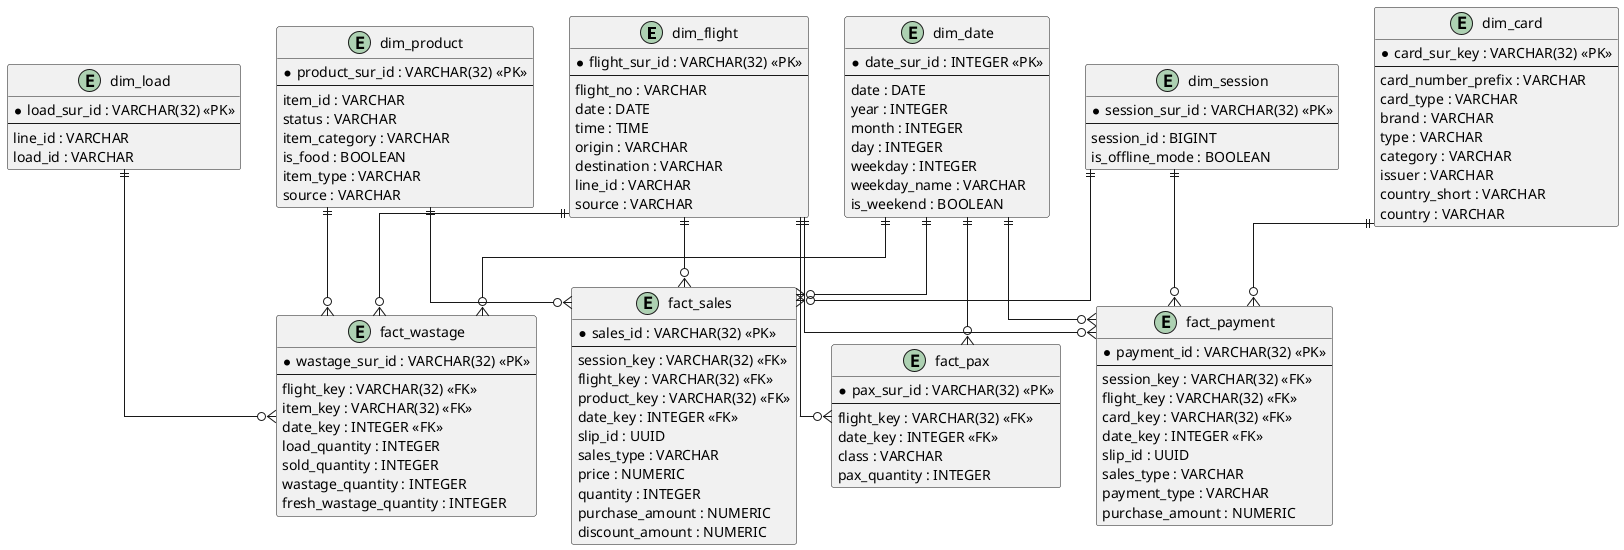
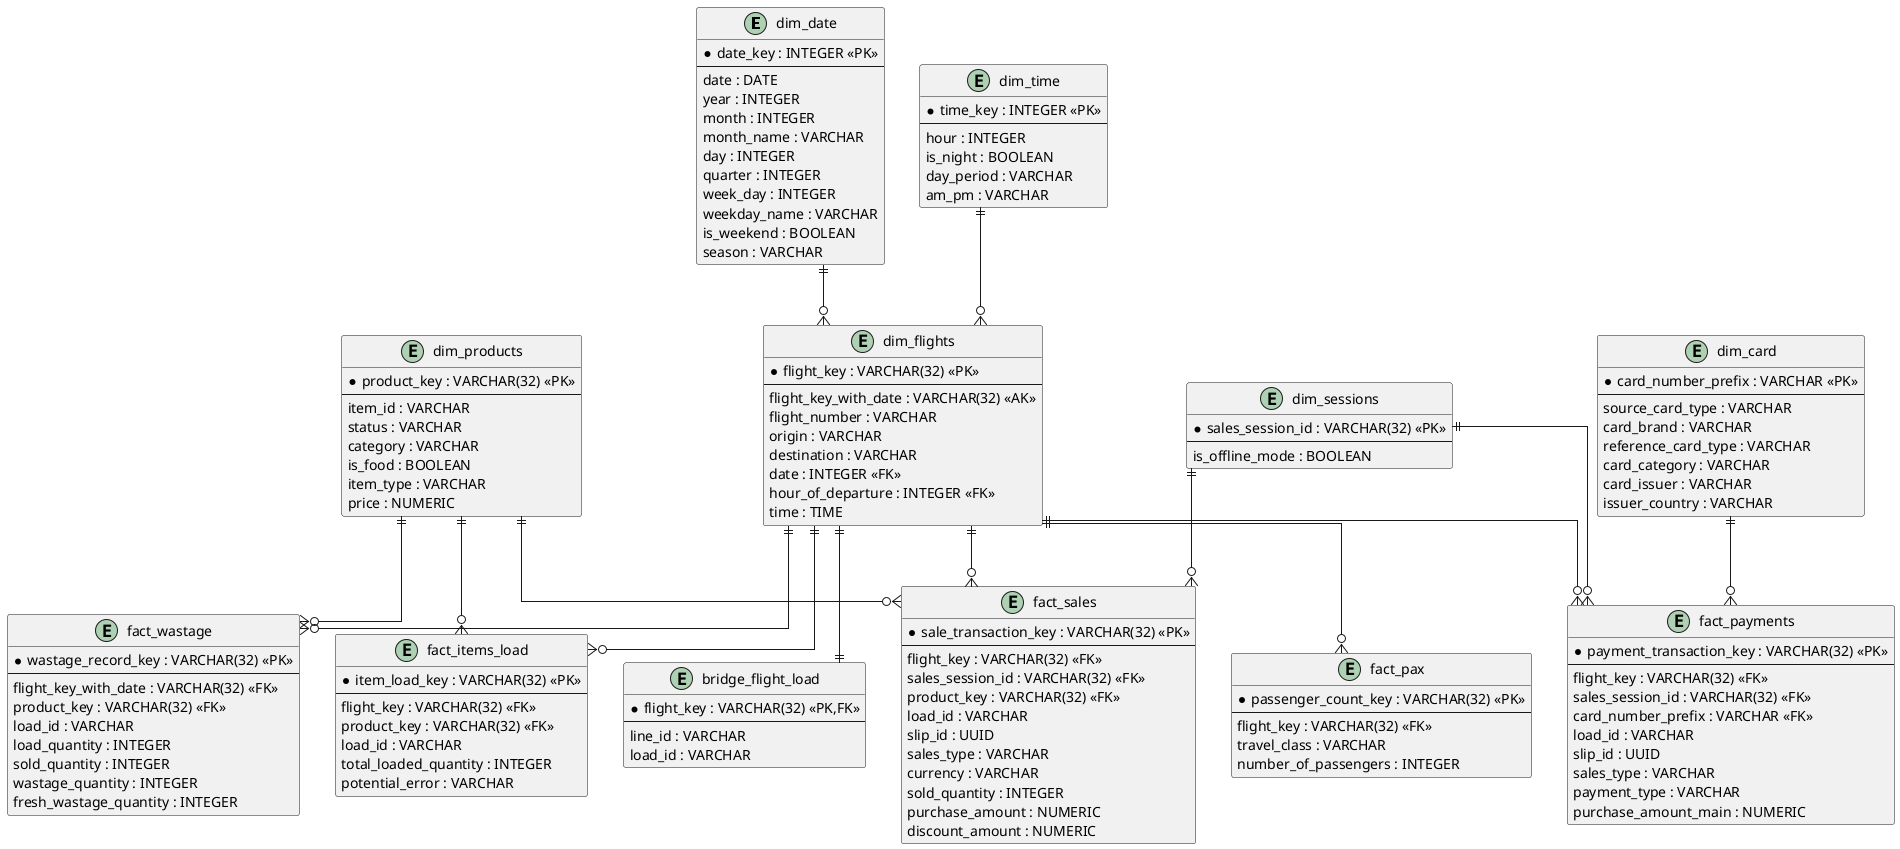
@startuml data_model

skinparam backgroundColor white
skinparam defaultFontName Arial
skinparam shadowing false
skinparam linetype ortho

skinparam entity {
    BackgroundColor #F9F9F9
    BorderColor #333333
}

- entity "dim_flight" {
-     * flight_sur_id : VARCHAR(32) <<PK>>
-     --
-     flight_no : VARCHAR
-     date : DATE
-     time : TIME
-     origin : VARCHAR
-     destination : VARCHAR
-     line_id : VARCHAR
-     source : VARCHAR
- }
- 
- entity "dim_product" {
-     * product_sur_id : VARCHAR(32) <<PK>>
-     --
-     item_id : VARCHAR
-     status : VARCHAR
-     item_category : VARCHAR
-     is_food : BOOLEAN
-     item_type : VARCHAR
-     source : VARCHAR
- }
- 
+ ' Dimensions
entity "dim_date" {
-     * date_sur_id : INTEGER <<PK>>
+     * date_key : INTEGER <<PK>>
    --
    date : DATE
    year : INTEGER
    month : INTEGER
+     month_name : VARCHAR
    day : INTEGER
-     weekday : INTEGER
+     quarter : INTEGER
+     week_day : INTEGER
    weekday_name : VARCHAR
    is_weekend : BOOLEAN
+     season : VARCHAR
}

- entity "dim_session" {
-     * session_sur_id : VARCHAR(32) <<PK>>
+ entity "dim_time" {
+     * time_key : INTEGER <<PK>>
    --
-     session_id : BIGINT
+     hour : INTEGER
+     is_night : BOOLEAN
+     day_period : VARCHAR
+     am_pm : VARCHAR
+ }
+ 
+ entity "dim_flights" {
+     * flight_key : VARCHAR(32) <<PK>>
+     --
+     flight_key_with_date : VARCHAR(32) <<AK>>
+     flight_number : VARCHAR
+     origin : VARCHAR
+     destination : VARCHAR
+     date : INTEGER <<FK>>
+     hour_of_departure : INTEGER <<FK>>
+     time : TIME
+ }
+ 
+ entity "dim_products" {
+     * product_key : VARCHAR(32) <<PK>>
+     --
+     item_id : VARCHAR
+     status : VARCHAR
+     category : VARCHAR
+     is_food : BOOLEAN
+     item_type : VARCHAR
+     price : NUMERIC
+ }
+ 
+ entity "dim_sessions" {
+     * sales_session_id : VARCHAR(32) <<PK>>
+     --
    is_offline_mode : BOOLEAN
}

entity "dim_card" {
-     * card_sur_key : VARCHAR(32) <<PK>>
+     * card_number_prefix : VARCHAR <<PK>>
    --
-     card_number_prefix : VARCHAR
-     card_type : VARCHAR
-     brand : VARCHAR
-     type : VARCHAR
-     category : VARCHAR
-     issuer : VARCHAR
-     country_short : VARCHAR
-     country : VARCHAR
+     source_card_type : VARCHAR
+     card_brand : VARCHAR
+     reference_card_type : VARCHAR
+     card_category : VARCHAR
+     card_issuer : VARCHAR
+     issuer_country : VARCHAR
}

- entity "dim_load" {
-     * load_sur_id : VARCHAR(32) <<PK>>
+ ' Bridge Tables
+ entity "bridge_flight_load" {
+     * flight_key : VARCHAR(32) <<PK,FK>>
    --
    line_id : VARCHAR
    load_id : VARCHAR
}

+ ' Facts
entity "fact_sales" {
-     * sales_id : VARCHAR(32) <<PK>>
+     * sale_transaction_key : VARCHAR(32) <<PK>>
    --
-     session_key : VARCHAR(32) <<FK>>
    flight_key : VARCHAR(32) <<FK>>
+     sales_session_id : VARCHAR(32) <<FK>>
    product_key : VARCHAR(32) <<FK>>
-     date_key : INTEGER <<FK>>
+     load_id : VARCHAR
    slip_id : UUID
    sales_type : VARCHAR
-     price : NUMERIC
-     quantity : INTEGER
+     currency : VARCHAR
+     sold_quantity : INTEGER
    purchase_amount : NUMERIC
    discount_amount : NUMERIC
}

- entity "fact_payment" {
-     * payment_id : VARCHAR(32) <<PK>>
+ entity "fact_payments" {
+     * payment_transaction_key : VARCHAR(32) <<PK>>
    --
-     session_key : VARCHAR(32) <<FK>>
    flight_key : VARCHAR(32) <<FK>>
-     card_key : VARCHAR(32) <<FK>>
-     date_key : INTEGER <<FK>>
+     sales_session_id : VARCHAR(32) <<FK>>
+     card_number_prefix : VARCHAR <<FK>>
+     load_id : VARCHAR
    slip_id : UUID
    sales_type : VARCHAR
    payment_type : VARCHAR
-     purchase_amount : NUMERIC
+     purchase_amount_main : NUMERIC
}

entity "fact_pax" {
-     * pax_sur_id : VARCHAR(32) <<PK>>
+     * passenger_count_key : VARCHAR(32) <<PK>>
    --
    flight_key : VARCHAR(32) <<FK>>
-     date_key : INTEGER <<FK>>
-     class : VARCHAR
-     pax_quantity : INTEGER
+     travel_class : VARCHAR
+     number_of_passengers : INTEGER
}

entity "fact_wastage" {
-     * wastage_sur_id : VARCHAR(32) <<PK>>
+     * wastage_record_key : VARCHAR(32) <<PK>>
    --
-     flight_key : VARCHAR(32) <<FK>>
-     item_key : VARCHAR(32) <<FK>>
-     date_key : INTEGER <<FK>>
+     flight_key_with_date : VARCHAR(32) <<FK>>
+     product_key : VARCHAR(32) <<FK>>
+     load_id : VARCHAR
    load_quantity : INTEGER
    sold_quantity : INTEGER
    wastage_quantity : INTEGER
    fresh_wastage_quantity : INTEGER
}

- dim_flight ||--o{ fact_sales
- dim_flight ||--o{ fact_payment
- dim_flight ||--o{ fact_pax
- dim_flight ||--o{ fact_wastage
+ entity "fact_items_load" {
+     * item_load_key : VARCHAR(32) <<PK>>
+     --
+     flight_key : VARCHAR(32) <<FK>>
+     product_key : VARCHAR(32) <<FK>>
+     load_id : VARCHAR
+     total_loaded_quantity : INTEGER
+     potential_error : VARCHAR
+ }

- dim_session ||--o{ fact_sales
- dim_session ||--o{ fact_payment
+ ' Dimension Relationships
+ dim_date ||--o{ dim_flights
+ dim_time ||--o{ dim_flights

- dim_product ||--o{ fact_sales
- dim_product ||--o{ fact_wastage
+ ' Dimension to Fact Relationships
+ dim_flights ||--o{ fact_sales
+ dim_flights ||--o{ fact_payments
+ dim_flights ||--o{ fact_pax
+ dim_flights ||--o{ fact_wastage
+ dim_flights ||--o{ fact_items_load
+ dim_flights ||--|| bridge_flight_load

- dim_card ||--o{ fact_payment
+ dim_sessions ||--o{ fact_sales
+ dim_sessions ||--o{ fact_payments

- dim_date ||--o{ fact_sales
- dim_date ||--o{ fact_payment
- dim_date ||--o{ fact_pax
- dim_date ||--o{ fact_wastage
+ dim_products ||--o{ fact_sales
+ dim_products ||--o{ fact_wastage
+ dim_products ||--o{ fact_items_load

- dim_load ||--o{ fact_wastage
+ dim_card ||--o{ fact_payments

@enduml
